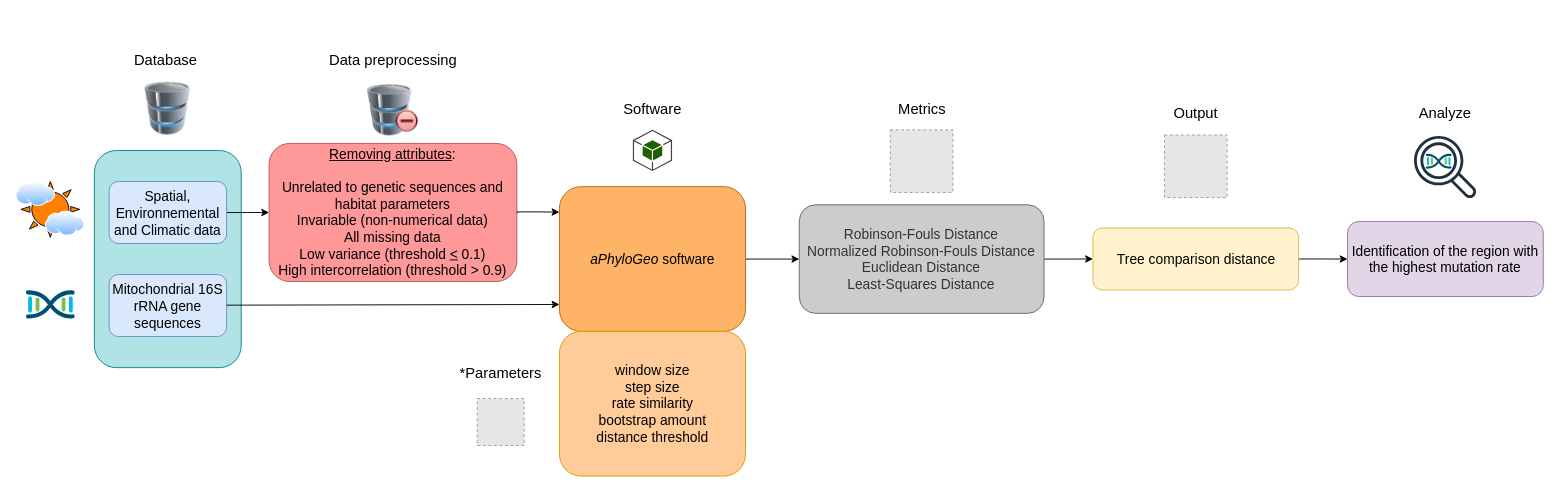
scipy-conference/scipy_proceedings keeps this draw.io diagram as papers/Gagnon_Kebe_Tahiri/diagram.drawio. Above is the earlier version. Source tidied: cells renumbered, new cells numbered last; positions are measured from the earlier drawing's top-left corner, leaving out a move shared by most shapes. Both pictures are drawn from the tidied source at 92%, with x=0, y=0 at pixel (16, 16). Pictures stored in the file or linked from it are replaced by grey dashed boxes.
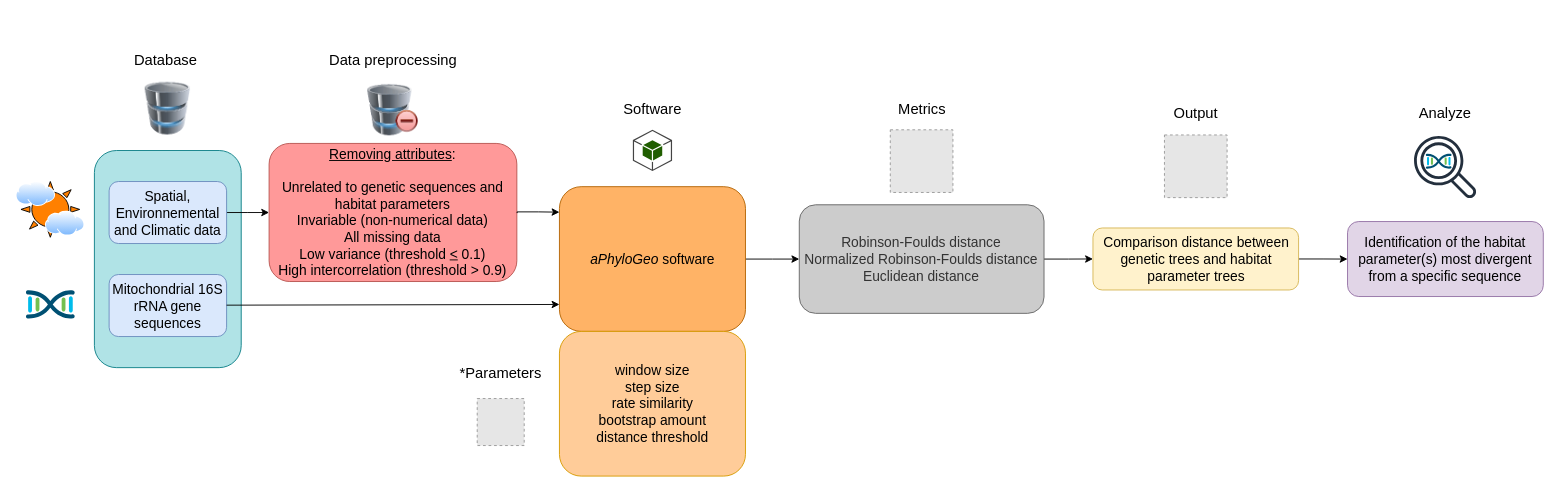
After the change.

Commit message:
Mettre à jour diagram.drawio

The change refers to these unchanged cells:
```xml
<mxCell id="2" style="group;" parent="1" vertex="1">
  <mxGeometry width="1660" height="500" as="geometry" />
</mxCell>
```

Change to the diagram source:
```diff
@@
-    <mxCell id="13" value="&lt;font style=&quot;font-size: 15px;&quot;&gt;Tree comparison distance&lt;/font&gt;" style="rounded=1;whiteSpace=wrap;html=1;fillColor=#fff2cc;strokeColor=#d6b656;" parent="2" vertex="1">
+    <mxCell id="13" value="&lt;font style=&quot;font-size: 15px;&quot;&gt;Comparison distance between genetic trees and habitat parameter trees&lt;/font&gt;" style="rounded=1;whiteSpace=wrap;html=1;fillColor=#fff2cc;strokeColor=#d6b656;" parent="2" vertex="1">
       <mxGeometry x="1170.5" y="230.3" width="223.5" height="67.4" as="geometry" />
     </mxCell>
@@
-    <mxCell id="23" value="&lt;div style=&quot;margin-top: 0px; margin-bottom: 0px; padding-left: 0px; padding-right: 0px; font-size: 15px;&quot;&gt;&lt;span style=&quot;background-color: initial; font-size: 15px;&quot;&gt;Robinson-Fouls Distance&lt;br&gt;&lt;/span&gt;&lt;span style=&quot;background-color: initial; font-size: 15px;&quot;&gt;Normalized Robinson-Fouls Distance&lt;br&gt;&lt;/span&gt;&lt;span style=&quot;font-size: 15px;&quot;&gt;Euclidean Distance&lt;/span&gt;&lt;br style=&quot;&quot;&gt;&lt;span style=&quot;font-size: 15px;&quot;&gt;Least-Squares Distance&lt;/span&gt;&lt;/div&gt;" style="rounded=1;whiteSpace=wrap;html=1;align=center;fillColor=#CCCCCC;strokeColor=#666666;fontColor=#333333;" parent="2" vertex="1">
+    <mxCell id="23" value="&lt;div style=&quot;margin-top: 0px; margin-bottom: 0px; padding-left: 0px; padding-right: 0px; font-size: 15px;&quot;&gt;&lt;span style=&quot;background-color: initial; font-size: 15px;&quot;&gt;Robinson-Foulds distance&lt;br&gt;&lt;/span&gt;&lt;span style=&quot;background-color: initial; font-size: 15px;&quot;&gt;Normalized Robinson-Foulds distance&lt;br&gt;&lt;/span&gt;&lt;span style=&quot;font-size: 15px;&quot;&gt;Euclidean distance&lt;/span&gt;&lt;br&gt;&lt;/div&gt;" style="rounded=1;whiteSpace=wrap;html=1;align=center;fillColor=#CCCCCC;strokeColor=#666666;fontColor=#333333;" parent="2" vertex="1">
       <mxGeometry x="851.3" y="205.1" width="266" height="118" as="geometry" />
     </mxCell>
-    <mxCell id="24" value="&lt;font style=&quot;font-size: 15px;&quot;&gt;Identification of the region with the highest mutation rate&lt;/font&gt;" style="rounded=1;whiteSpace=wrap;html=1;align=center;fillColor=#e1d5e7;strokeColor=#9673a6;" parent="2" vertex="1">
+    <mxCell id="24" value="&lt;font style=&quot;font-size: 15px;&quot;&gt;Identification of the habitat parameter(s) most divergent from a specific sequence&lt;/font&gt;" style="rounded=1;whiteSpace=wrap;html=1;align=center;fillColor=#e1d5e7;strokeColor=#9673a6;" parent="2" vertex="1">
       <mxGeometry x="1447.2" y="223.3" width="212.8" height="81.5" as="geometry" />
     </mxCell>
```
